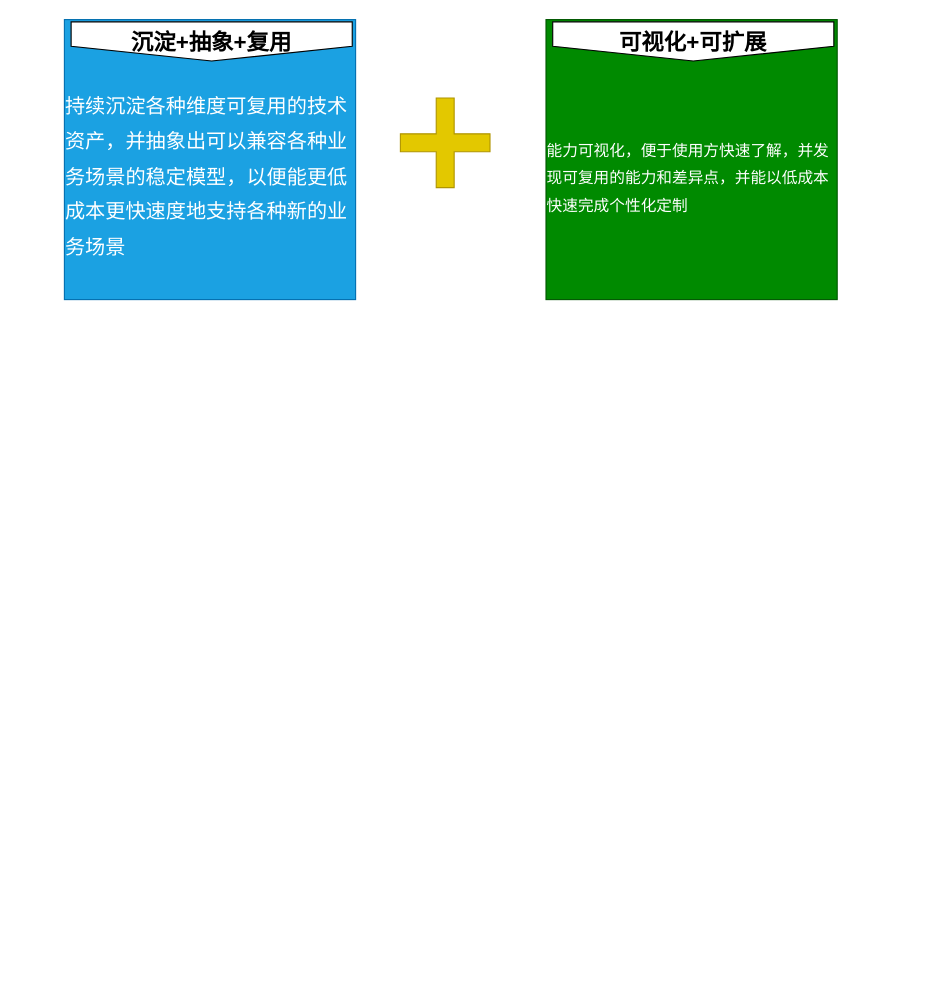
Above: page "Page-25" (23 of 28) of Untitled Diagram.drawio in zengcrvip/basedemo (draw.io), before the change. Source tidied: cells renumbered, new cells numbered last; positions are measured from the earlier drawing's top-left corner, leaving out a move shared by most shapes. Both pictures are drawn from the tidied source at 112%, with x=0, y=0 at pixel (64, 19).
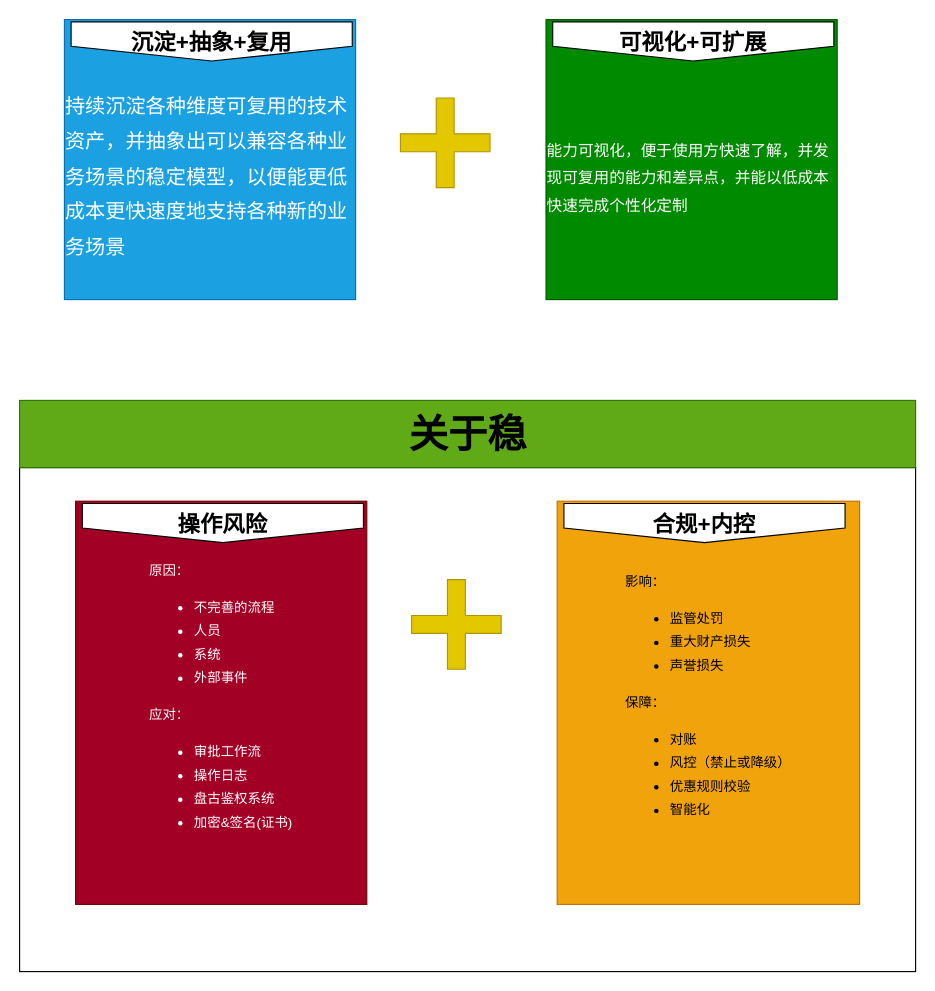
Above is the later version.

The edit, as a diff of the source:
```diff
@@
 <mxGraphModel>
   <root>
     <mxCell id="0" />
     <mxCell id="1" parent="0" />
     <mxCell id="2" value="&lt;div style=&quot;text-align: left ; line-height: 1.75&quot;&gt;&lt;font style=&quot;font-size: 18px&quot;&gt;&lt;br&gt;&lt;/font&gt;&lt;/div&gt;&lt;div style=&quot;text-align: left ; line-height: 1.75&quot;&gt;&lt;font style=&quot;font-size: 18px&quot;&gt;持续沉淀各种维度可复用的技术资产，并抽象出可以兼容各种业务场景的稳定模型，以便能更低成本更快速度地支持各种新的业务场景&lt;/font&gt;&lt;/div&gt;" style="rounded=0;whiteSpace=wrap;html=1;fillColor=#1ba1e2;fontColor=#ffffff;strokeColor=#006EAF;" parent="1" vertex="1">
       <mxGeometry width="260" height="250" as="geometry" />
     </mxCell>
     <mxCell id="3" value="&lt;font style=&quot;font-size: 20px&quot;&gt;&lt;b&gt;沉淀+抽象+复用&lt;/b&gt;&lt;/font&gt;" style="shape=offPageConnector;whiteSpace=wrap;html=1;" parent="1" vertex="1">
       <mxGeometry x="6" y="2" width="251" height="35" as="geometry" />
     </mxCell>
     <mxCell id="4" value="&lt;div style=&quot;text-align: left ; line-height: 1.75&quot;&gt;&lt;font style=&quot;font-size: 18px&quot;&gt;&lt;br&gt;&lt;/font&gt;&lt;/div&gt;&lt;div style=&quot;text-align: left ; line-height: 1.75&quot;&gt;&lt;div style=&quot;line-height: 1.75 ; font-size: 14px&quot;&gt;能力可视化，便于使用方快速了解，并发现可复用的能力和差异点，并能以低成本快速完成个性化定制&lt;/div&gt;&lt;/div&gt;" style="rounded=0;whiteSpace=wrap;html=1;fillColor=#008a00;fontColor=#ffffff;strokeColor=#005700;" parent="1" vertex="1">
       <mxGeometry x="430" width="260" height="250" as="geometry" />
     </mxCell>
     <mxCell id="5" value="&lt;font style=&quot;font-size: 20px&quot;&gt;&lt;b&gt;可视化+可扩展&lt;/b&gt;&lt;/font&gt;" style="shape=offPageConnector;whiteSpace=wrap;html=1;" parent="1" vertex="1">
       <mxGeometry x="436" y="2" width="251" height="35" as="geometry" />
     </mxCell>
     <mxCell id="6" style="shape=cross;whiteSpace=wrap;html=1;fontSize=18;fillColor=#e3c800;fontColor=#000000;strokeColor=#B09500;" parent="1" vertex="1">
       <mxGeometry x="300" y="70" width="80" height="80" as="geometry" />
     </mxCell>
+    <mxCell id="7" style="rounded=0;whiteSpace=wrap;html=1;fontSize=18;" parent="1" vertex="1">
+      <mxGeometry x="-40" y="400" width="800" height="450" as="geometry" />
+    </mxCell>
+    <mxCell id="8" value="&lt;div style=&quot;text-align: left ; line-height: 1.75&quot;&gt;&lt;div&gt;原因：&lt;/div&gt;&lt;ul&gt;&lt;li&gt;不完善的流程&lt;/li&gt;&lt;li&gt;人员&lt;/li&gt;&lt;li&gt;系统&lt;/li&gt;&lt;li&gt;外部事件&lt;/li&gt;&lt;/ul&gt;&lt;div&gt;应对：&lt;/div&gt;&lt;div&gt;&lt;ul&gt;&lt;li&gt;审批工作流&lt;/li&gt;&lt;li&gt;操作日志&lt;/li&gt;&lt;li&gt;盘古鉴权系统&lt;/li&gt;&lt;li&gt;加密&amp;amp;签名(证书)&lt;/li&gt;&lt;/ul&gt;&lt;/div&gt;&lt;/div&gt;" style="rounded=0;whiteSpace=wrap;html=1;fillColor=#a20025;fontColor=#ffffff;strokeColor=#6F0000;" parent="1" vertex="1">
+      <mxGeometry x="10" y="430" width="260" height="360" as="geometry" />
+    </mxCell>
+    <mxCell id="9" value="&lt;font style=&quot;font-size: 20px&quot;&gt;&lt;b&gt;操作风险&lt;/b&gt;&lt;/font&gt;" style="shape=offPageConnector;whiteSpace=wrap;html=1;" parent="1" vertex="1">
+      <mxGeometry x="16" y="432" width="251" height="35" as="geometry" />
+    </mxCell>
+    <mxCell id="10" value="&lt;div style=&quot;text-align: left ; line-height: 1.75&quot;&gt;影响：&lt;/div&gt;&lt;div style=&quot;text-align: left ; line-height: 1.75&quot;&gt;&lt;ul&gt;&lt;li&gt;监管处罚&lt;/li&gt;&lt;li&gt;重大财产损失&lt;/li&gt;&lt;li&gt;声誉损失&lt;/li&gt;&lt;/ul&gt;&lt;/div&gt;&lt;div style=&quot;text-align: left ; line-height: 1.75&quot;&gt;保障：&lt;/div&gt;&lt;div style=&quot;text-align: left ; line-height: 1.75&quot;&gt;&lt;ul&gt;&lt;li&gt;对账&lt;/li&gt;&lt;li&gt;风控（禁止或降级）&lt;/li&gt;&lt;li&gt;优惠规则校验&lt;/li&gt;&lt;li&gt;智能化&lt;/li&gt;&lt;/ul&gt;&lt;/div&gt;" style="rounded=0;whiteSpace=wrap;html=1;fillColor=#f0a30a;fontColor=#000000;strokeColor=#BD7000;" parent="1" vertex="1">
+      <mxGeometry x="440" y="430" width="270" height="360" as="geometry" />
+    </mxCell>
+    <mxCell id="11" value="&lt;font style=&quot;font-size: 20px&quot;&gt;&lt;b&gt;合规+内控&lt;/b&gt;&lt;/font&gt;" style="shape=offPageConnector;whiteSpace=wrap;html=1;" parent="1" vertex="1">
+      <mxGeometry x="446" y="432" width="251" height="35" as="geometry" />
+    </mxCell>
+    <mxCell id="12" style="shape=cross;whiteSpace=wrap;html=1;fontSize=18;fillColor=#e3c800;fontColor=#000000;strokeColor=#B09500;" parent="1" vertex="1">
+      <mxGeometry x="310" y="500" width="80" height="80" as="geometry" />
+    </mxCell>
+    <mxCell id="13" style="rounded=0;whiteSpace=wrap;html=1;fontSize=35;fillColor=#60a917;fontColor=#ffffff;strokeColor=#2D7600;" parent="1" vertex="1">
+      <mxGeometry x="-40" y="340" width="800" height="60" as="geometry" />
+    </mxCell>
+    <mxCell id="14" value="&lt;font style=&quot;font-size: 35px&quot;&gt;关于稳&lt;/font&gt;" style="text;strokeColor=none;fillColor=none;html=1;fontSize=24;fontStyle=1;verticalAlign=middle;align=center;" parent="1" vertex="1">
+      <mxGeometry x="285" y="340" width="150" height="60" as="geometry" />
+    </mxCell>
   </root>
 </mxGraphModel>
```
